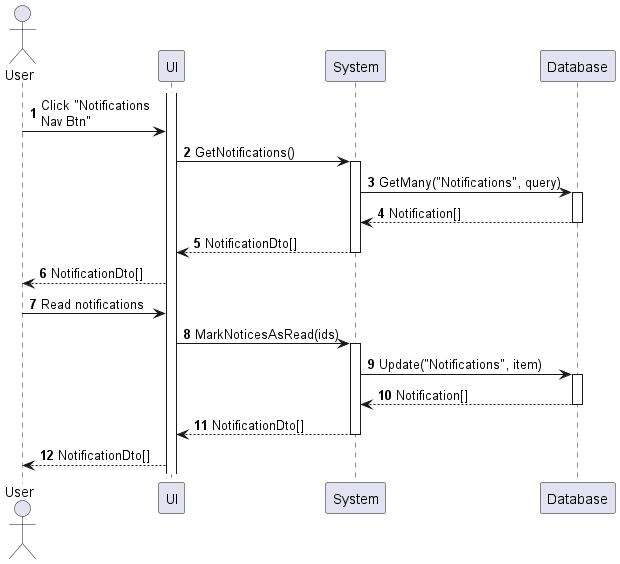
phihungha/scmss-reqs keeps this PlantUML diagram as sequences/my-notification-view.png. Above is the earlier version.
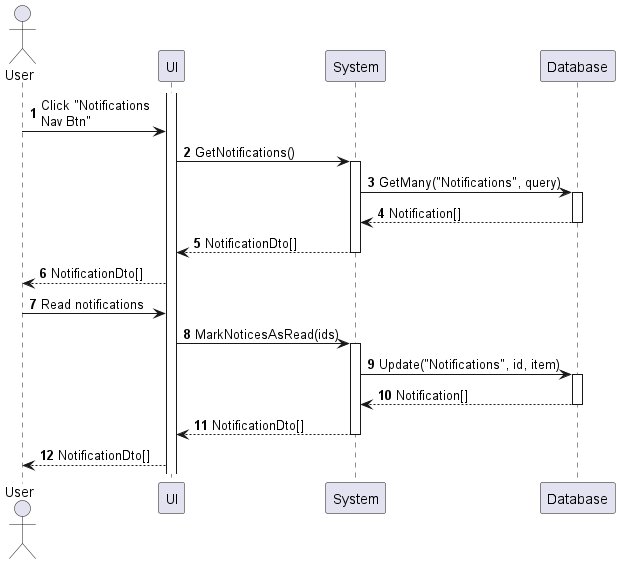
After the commit.

The edit, as a diff of the source:
```diff
@@ -19,7 +19,7 @@
 a -> f : Read notifications
 f -> b : MarkNoticesAsRead(ids)
 activate b
-b -> d : Update("Notifications", item)
+b -> d : Update("Notifications", id, item)
 activate d
 return Notification[]
 return NotificationDto[]
```
